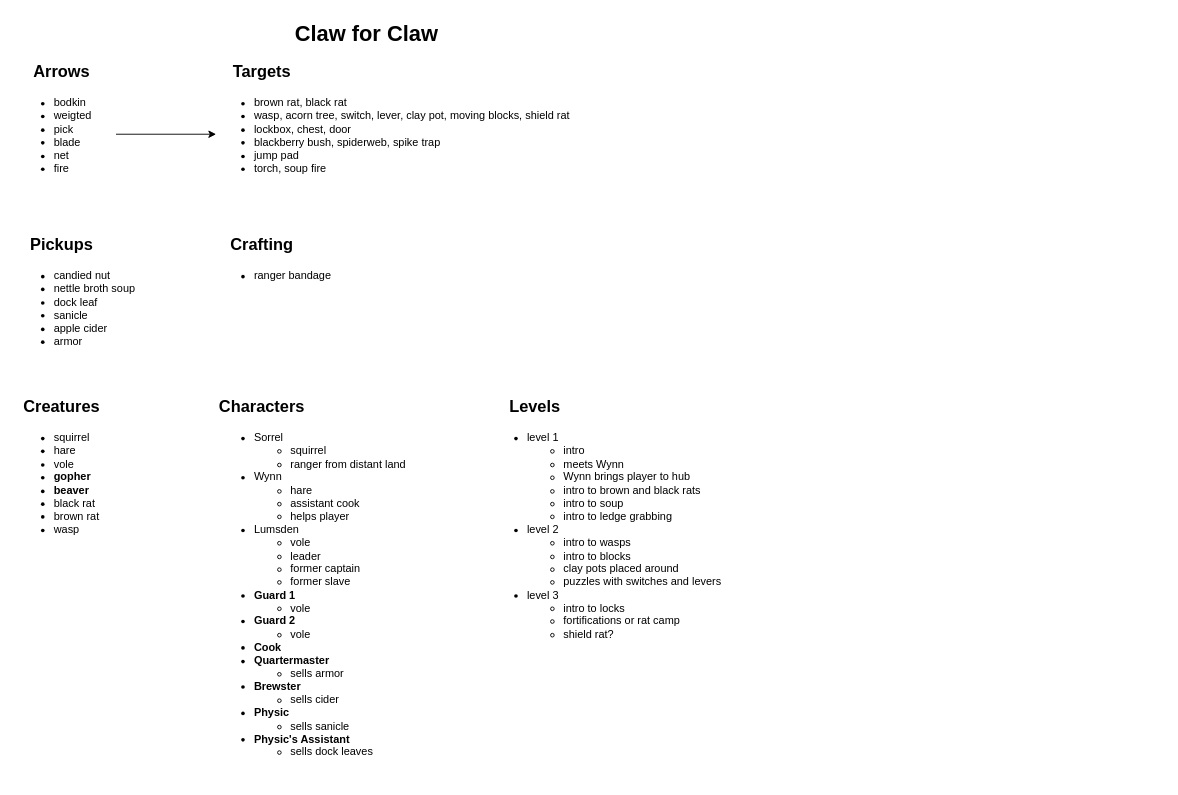
Earlier version of the draw.io diagram Planning/design-doc.drawio (camerondedore/Godot-Project-3). Source tidied: cells renumbered, new cells numbered last; positions are measured from the earlier drawing's top-left corner, leaving out a move shared by most shapes. Both pictures are drawn from the tidied source at 91%, with x=0, y=0 at pixel (15, 15).
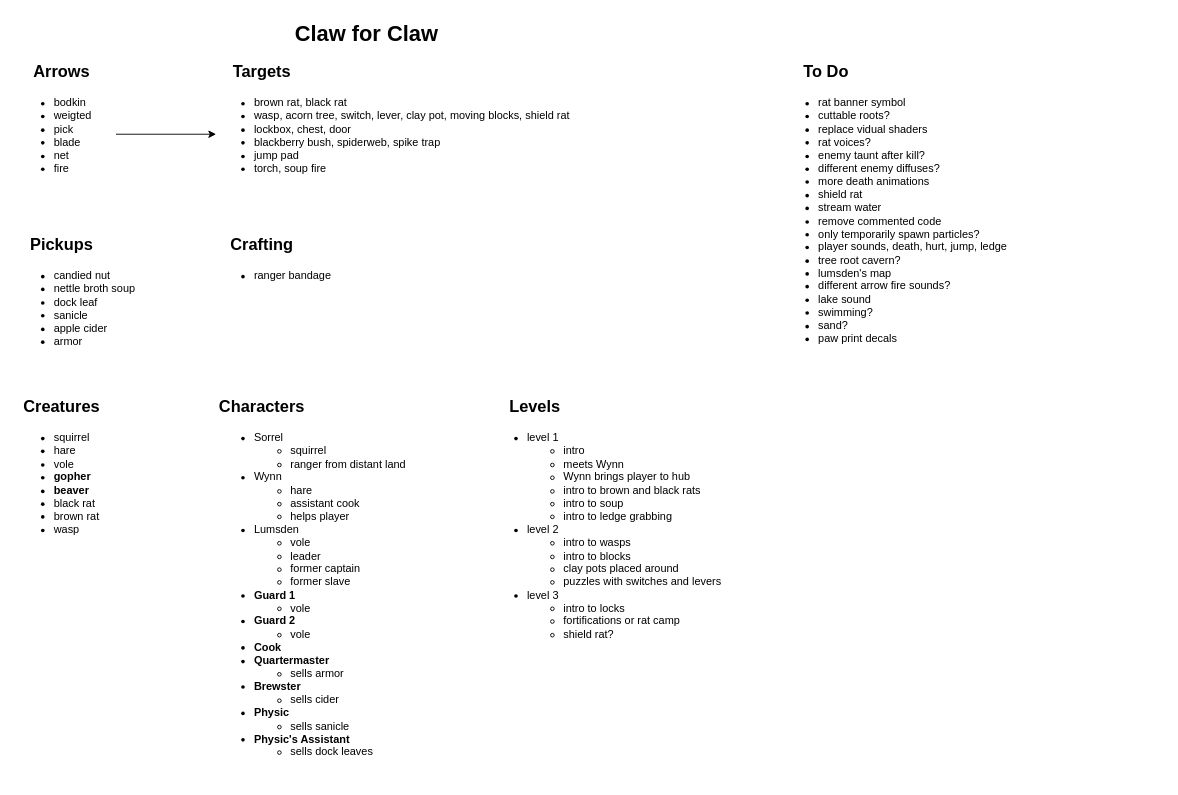
The same page after the edit.

Commit message (it also covers changes not shown here):
fixing level change bug on splash screen

Diff of the diagram source:
```diff
@@
 <mxGraphModel>
   <root>
     <mxCell id="0" />
     <mxCell id="1" parent="0" />
     <mxCell id="2" value="Claw for Claw" style="text;strokeColor=none;fillColor=none;html=1;fontSize=24;fontStyle=1;verticalAlign=middle;align=center;" parent="1" vertex="1">
       <mxGeometry x="335" width="100" height="40" as="geometry" />
     </mxCell>
     <mxCell id="3" style="edgeStyle=orthogonalEdgeStyle;rounded=0;jettySize=auto;html=1;exitX=1;exitY=0.5;exitDx=0;exitDy=0;entryX=0;entryY=0.5;entryDx=0;entryDy=0;" parent="1" edge="1" source="4" target="7">
       <mxGeometry relative="1" as="geometry" />
     </mxCell>
     <mxCell id="4" value="&lt;ul&gt;&lt;li&gt;bodkin&lt;/li&gt;&lt;li&gt;weigted&lt;/li&gt;&lt;li&gt;pick&lt;/li&gt;&lt;li&gt;blade&lt;/li&gt;&lt;li&gt;net&lt;/li&gt;&lt;li&gt;fire&lt;/li&gt;&lt;/ul&gt;" style="text;html=1;align=left;verticalAlign=top;whiteSpace=wrap;rounded=0;" parent="1" vertex="1">
       <mxGeometry y="70" width="110" height="120" as="geometry" />
     </mxCell>
     <mxCell id="5" value="&lt;font style=&quot;font-size: 18px;&quot;&gt;Arrows&lt;/font&gt;" style="text;strokeColor=none;fillColor=none;html=1;fontSize=24;fontStyle=1;verticalAlign=middle;align=center;" parent="1" vertex="1">
       <mxGeometry y="40" width="100" height="40" as="geometry" />
     </mxCell>
     <mxCell id="6" value="&lt;font style=&quot;font-size: 18px;&quot;&gt;Targets&lt;/font&gt;" style="text;strokeColor=none;fillColor=none;html=1;fontSize=24;fontStyle=1;verticalAlign=middle;align=center;" parent="1" vertex="1">
       <mxGeometry x="220" y="40" width="100" height="40" as="geometry" />
     </mxCell>
     <mxCell id="7" value="&lt;ul&gt;&lt;li&gt;brown rat, black rat&lt;/li&gt;&lt;li&gt;wasp, acorn tree, switch, lever, clay pot, moving blocks, shield rat&lt;/li&gt;&lt;li&gt;lockbox, chest, door&lt;/li&gt;&lt;li&gt;blackberry bush, spiderweb, spike trap&lt;/li&gt;&lt;li&gt;jump pad&lt;/li&gt;&lt;li&gt;torch, soup fire&lt;/li&gt;&lt;/ul&gt;" style="text;html=1;align=left;verticalAlign=top;whiteSpace=wrap;rounded=0;" parent="1" vertex="1">
       <mxGeometry x="220" y="70" width="420" height="120" as="geometry" />
     </mxCell>
     <mxCell id="8" value="&lt;font style=&quot;font-size: 18px;&quot;&gt;Pickups&lt;/font&gt;" style="text;strokeColor=none;fillColor=none;html=1;fontSize=24;fontStyle=1;verticalAlign=middle;align=center;" parent="1" vertex="1">
       <mxGeometry y="230" width="100" height="40" as="geometry" />
     </mxCell>
     <mxCell id="9" value="&lt;ul&gt;&lt;li&gt;candied nut&lt;/li&gt;&lt;li&gt;nettle broth soup&lt;/li&gt;&lt;li&gt;dock leaf&lt;/li&gt;&lt;li&gt;sanicle&lt;/li&gt;&lt;li&gt;apple cider&lt;/li&gt;&lt;li&gt;armor&lt;/li&gt;&lt;/ul&gt;" style="text;html=1;align=left;verticalAlign=top;whiteSpace=wrap;rounded=0;" parent="1" vertex="1">
       <mxGeometry y="260" width="140" height="120" as="geometry" />
     </mxCell>
     <mxCell id="10" value="&lt;ul&gt;&lt;li&gt;ranger bandage&lt;/li&gt;&lt;/ul&gt;" style="text;html=1;align=left;verticalAlign=top;whiteSpace=wrap;rounded=0;" parent="1" vertex="1">
       <mxGeometry x="220" y="260" width="140" height="120" as="geometry" />
     </mxCell>
     <mxCell id="11" value="&lt;font style=&quot;font-size: 18px;&quot;&gt;Crafting&lt;/font&gt;" style="text;strokeColor=none;fillColor=none;html=1;fontSize=24;fontStyle=1;verticalAlign=middle;align=center;" parent="1" vertex="1">
       <mxGeometry x="220" y="230" width="100" height="40" as="geometry" />
     </mxCell>
     <mxCell id="12" value="&lt;ul&gt;&lt;li&gt;squirrel&lt;/li&gt;&lt;li&gt;hare&lt;/li&gt;&lt;li&gt;vole&lt;/li&gt;&lt;li&gt;&lt;b&gt;gopher&lt;/b&gt;&lt;/li&gt;&lt;li&gt;&lt;b&gt;beaver&lt;/b&gt;&lt;/li&gt;&lt;li&gt;black rat&lt;/li&gt;&lt;li&gt;brown rat&lt;/li&gt;&lt;li&gt;wasp&lt;/li&gt;&lt;/ul&gt;" style="text;html=1;align=left;verticalAlign=top;whiteSpace=wrap;rounded=0;" parent="1" vertex="1">
       <mxGeometry y="438" width="140" height="152" as="geometry" />
     </mxCell>
     <mxCell id="13" value="&lt;font style=&quot;font-size: 18px;&quot;&gt;Creatures&lt;/font&gt;" style="text;strokeColor=none;fillColor=none;html=1;fontSize=24;fontStyle=1;verticalAlign=middle;align=center;" parent="1" vertex="1">
       <mxGeometry y="408" width="100" height="40" as="geometry" />
     </mxCell>
     <mxCell id="14" value="&lt;font style=&quot;font-size: 18px;&quot;&gt;Characters&lt;/font&gt;" style="text;strokeColor=none;fillColor=none;html=1;fontSize=24;fontStyle=1;verticalAlign=middle;align=center;" parent="1" vertex="1">
       <mxGeometry x="220" y="408" width="100" height="40" as="geometry" />
     </mxCell>
     <mxCell id="15" value="&lt;ul&gt;&lt;li&gt;Sorrel&lt;/li&gt;&lt;ul&gt;&lt;li&gt;squirrel&lt;/li&gt;&lt;li&gt;ranger from distant land&lt;/li&gt;&lt;/ul&gt;&lt;li&gt;Wynn&lt;/li&gt;&lt;ul&gt;&lt;li&gt;hare&lt;/li&gt;&lt;li&gt;assistant cook&lt;/li&gt;&lt;li&gt;helps player&lt;/li&gt;&lt;/ul&gt;&lt;li&gt;Lumsden&lt;/li&gt;&lt;ul&gt;&lt;li&gt;vole&lt;/li&gt;&lt;li&gt;leader&lt;/li&gt;&lt;li&gt;former captain&lt;/li&gt;&lt;li&gt;former slave&lt;/li&gt;&lt;/ul&gt;&lt;li&gt;&lt;b&gt;Guard 1&lt;/b&gt;&lt;/li&gt;&lt;ul&gt;&lt;li&gt;vole&lt;/li&gt;&lt;/ul&gt;&lt;li&gt;&lt;b&gt;Guard 2&lt;/b&gt;&lt;/li&gt;&lt;ul&gt;&lt;li&gt;vole&lt;/li&gt;&lt;/ul&gt;&lt;li&gt;&lt;b&gt;Cook&lt;/b&gt;&lt;/li&gt;&lt;li&gt;&lt;b&gt;Quartermaster&lt;/b&gt;&lt;/li&gt;&lt;ul&gt;&lt;li&gt;sells armor&lt;/li&gt;&lt;/ul&gt;&lt;li&gt;&lt;b&gt;Brewster&lt;/b&gt;&lt;/li&gt;&lt;ul&gt;&lt;li&gt;sells cider&lt;/li&gt;&lt;/ul&gt;&lt;li&gt;&lt;b&gt;Physic&lt;/b&gt;&lt;/li&gt;&lt;ul&gt;&lt;li&gt;sells sanicle&lt;/li&gt;&lt;/ul&gt;&lt;li&gt;&lt;b&gt;Physic's Assistant&lt;/b&gt;&lt;/li&gt;&lt;ul&gt;&lt;li&gt;sells dock leaves&lt;/li&gt;&lt;/ul&gt;&lt;/ul&gt;" style="text;html=1;align=left;verticalAlign=top;whiteSpace=wrap;rounded=0;" parent="1" vertex="1">
       <mxGeometry x="220" y="438" width="240" height="402" as="geometry" />
     </mxCell>
     <mxCell id="16" value="&lt;font style=&quot;font-size: 18px;&quot;&gt;Levels&lt;/font&gt;" style="text;strokeColor=none;fillColor=none;html=1;fontSize=24;fontStyle=1;verticalAlign=middle;align=center;" parent="1" vertex="1">
       <mxGeometry x="520" y="408" width="100" height="40" as="geometry" />
     </mxCell>
     <mxCell id="17" value="&lt;ul&gt;&lt;li&gt;level 1&lt;/li&gt;&lt;ul&gt;&lt;li&gt;intro&lt;/li&gt;&lt;li&gt;meets Wynn&lt;/li&gt;&lt;li&gt;Wynn brings player to hub&lt;/li&gt;&lt;li&gt;intro to brown and black rats&lt;/li&gt;&lt;li&gt;intro to soup&lt;/li&gt;&lt;li&gt;intro to ledge grabbing&lt;/li&gt;&lt;/ul&gt;&lt;li&gt;level 2&lt;/li&gt;&lt;ul&gt;&lt;li&gt;intro to wasps&lt;/li&gt;&lt;li&gt;intro to blocks&lt;/li&gt;&lt;li&gt;clay pots placed around&lt;/li&gt;&lt;li&gt;puzzles with switches and levers&lt;/li&gt;&lt;/ul&gt;&lt;li&gt;level 3&lt;/li&gt;&lt;ul&gt;&lt;li&gt;intro to locks&lt;/li&gt;&lt;li&gt;fortifications or rat camp&lt;/li&gt;&lt;li&gt;shield rat?&lt;/li&gt;&lt;/ul&gt;&lt;/ul&gt;" style="text;html=1;align=left;verticalAlign=top;whiteSpace=wrap;rounded=0;" parent="1" vertex="1">
       <mxGeometry x="520" y="438" width="280" height="402" as="geometry" />
     </mxCell>
+    <mxCell id="18" value="&lt;font style=&quot;font-size: 18px;&quot;&gt;To Do&lt;/font&gt;" style="text;strokeColor=none;fillColor=none;html=1;fontSize=24;fontStyle=1;verticalAlign=middle;align=center;" parent="1" vertex="1">
+      <mxGeometry x="840" y="40" width="100" height="40" as="geometry" />
+    </mxCell>
+    <mxCell id="19" value="&lt;ul&gt;&lt;li&gt;rat banner symbol&lt;/li&gt;&lt;li&gt;cuttable roots?&lt;/li&gt;&lt;li&gt;replace vidual shaders&lt;/li&gt;&lt;li&gt;rat voices?&lt;/li&gt;&lt;li&gt;enemy taunt after kill?&lt;/li&gt;&lt;li&gt;different enemy diffuses?&lt;/li&gt;&lt;li&gt;more death animations&lt;/li&gt;&lt;li&gt;shield rat&lt;/li&gt;&lt;li&gt;stream water&lt;/li&gt;&lt;li&gt;remove commented code&lt;/li&gt;&lt;li&gt;only temporarily spawn particles?&lt;/li&gt;&lt;li&gt;player sounds, death, hurt, jump, ledge&lt;/li&gt;&lt;li&gt;tree root cavern?&lt;/li&gt;&lt;li&gt;lumsden's map&lt;/li&gt;&lt;li&gt;different arrow fire sounds?&lt;/li&gt;&lt;li&gt;lake sound&lt;/li&gt;&lt;li&gt;swimming?&lt;/li&gt;&lt;li&gt;sand?&lt;/li&gt;&lt;li&gt;paw print decals&lt;/li&gt;&lt;/ul&gt;" style="text;html=1;align=left;verticalAlign=top;whiteSpace=wrap;rounded=0;" parent="1" vertex="1">
+      <mxGeometry x="840" y="70" width="420" height="120" as="geometry" />
+    </mxCell>
   </root>
 </mxGraphModel>
```
